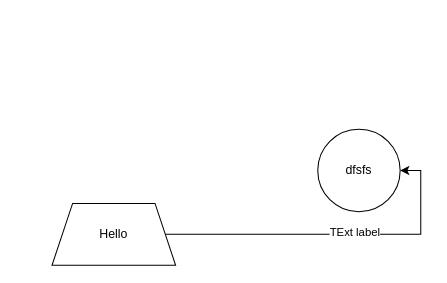
Before: Diagram.drawio in MoldavianDron/drawio, a draw.io diagram. Source tidied: cells renumbered, new cells numbered last; positions are measured from the earlier drawing's top-left corner, leaving out a move shared by most shapes. Both pictures are drawn from the tidied source at 103%, with x=0, y=0 at pixel (52, 129).
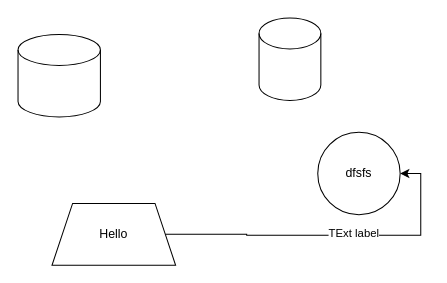
The same page after the edit.

Change to the diagram source:
```diff
@@
 <mxGraphModel>
   <root>
     <mxCell id="0" />
     <mxCell id="1" parent="0" />
     <mxCell id="2" style="edgeStyle=orthogonalEdgeStyle;rounded=0;jettySize=auto;html=1;entryX=1;entryY=0.5;entryDx=0;entryDy=0;" parent="1" edge="1" source="4" target="5">
       <mxGeometry relative="1" as="geometry" />
     </mxCell>
     <mxCell id="3" value="TExt label" style="edgeLabel;html=1;align=center;verticalAlign=middle;" parent="2" vertex="1">
       <mxGeometry x="0.11" y="3" relative="1" as="geometry" />
     </mxCell>
     <mxCell id="4" value="Hello" style="rounded=0;whiteSpace=wrap;html=1;shape=trapezoid;perimeter=trapezoidPerimeter;fixedSize=1;" parent="1" vertex="1">
       <mxGeometry y="72" width="120" height="60" as="geometry" />
     </mxCell>
     <mxCell id="5" value="dfsfs" style="ellipse;whiteSpace=wrap;html=1;rounded=0;" parent="1" vertex="1">
-      <mxGeometry x="258" width="80" height="80" as="geometry" />
+      <mxGeometry x="258" y="3" width="80" height="80" as="geometry" />
     </mxCell>
+    <mxCell id="6" style="whiteSpace=wrap;html=1;shape=cylinder3;boundedLbl=1;backgroundOutline=1;size=15;" parent="1" vertex="1">
+      <mxGeometry x="-33" y="-92" width="80" height="80" as="geometry" />
+    </mxCell>
+    <mxCell id="7" style="shape=cylinder3;whiteSpace=wrap;html=1;boundedLbl=1;backgroundOutline=1;size=15;" parent="1" vertex="1">
+      <mxGeometry x="201" y="-108" width="60" height="80" as="geometry" />
+    </mxCell>
   </root>
 </mxGraphModel>
```
